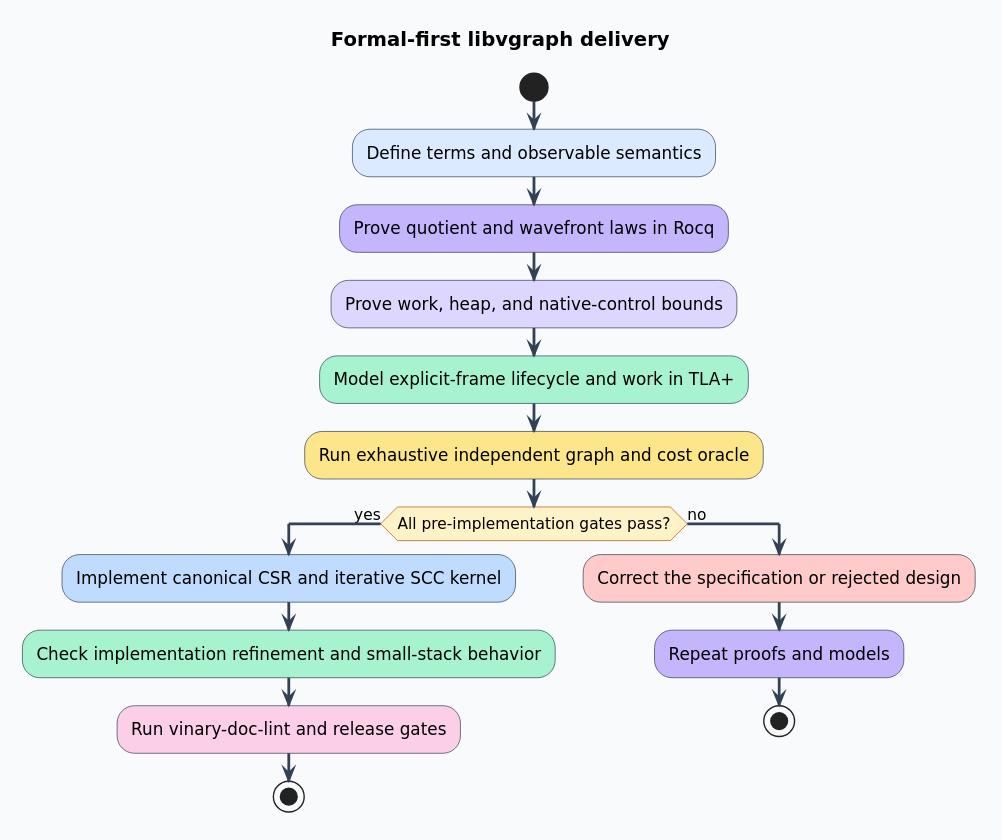
Above: docs/diagrams/formal-first-flow.svg in vinary-tree/libvgraph (PlantUML), before the change.
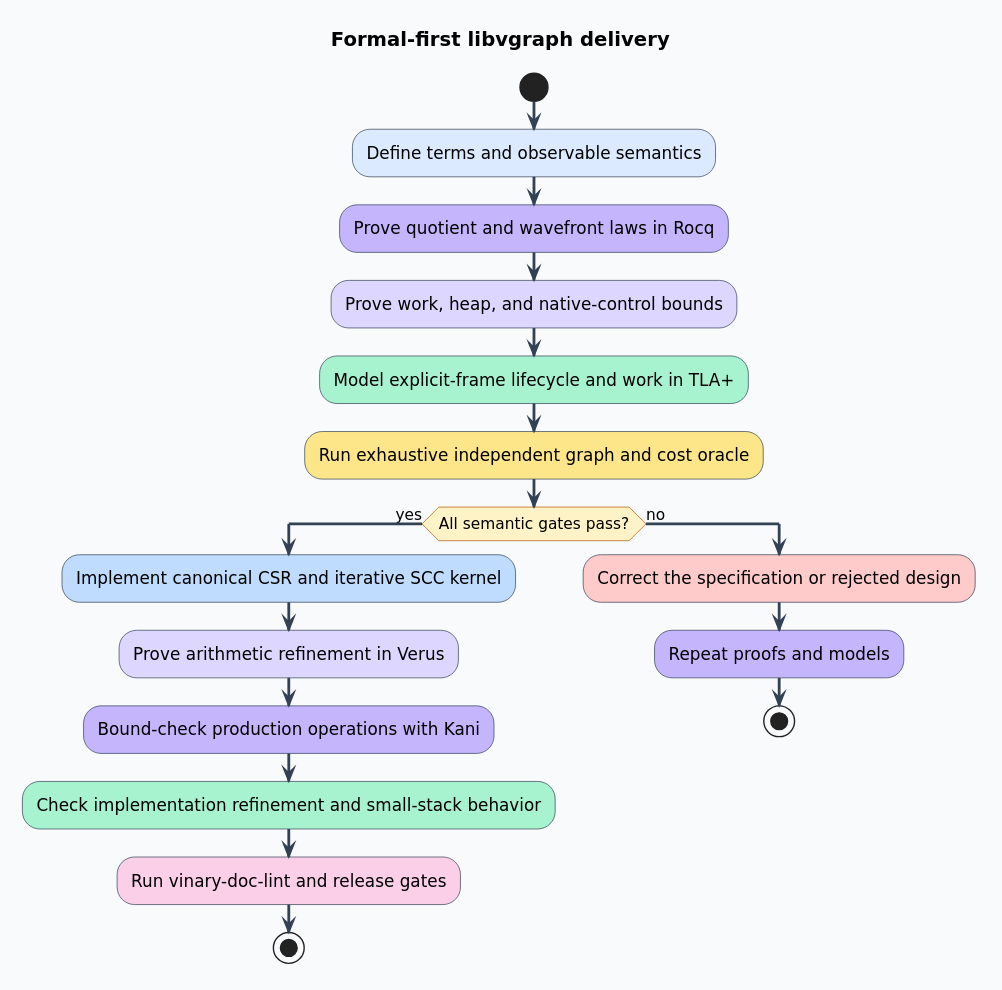
After the change.

The edit, as a diff of the source:
```diff
@@ -19,8 +19,10 @@
 :Prove work, heap, and native-control bounds; <<#DDD6FE>>
 :Model explicit-frame lifecycle and work in TLA+; <<#A7F3D0>>
 :Run exhaustive independent graph and cost oracle; <<#FDE68A>>
-if (All pre-implementation gates pass?) then (yes)
+if (All semantic gates pass?) then (yes)
   :Implement canonical CSR and iterative SCC kernel; <<#BFDBFE>>
+  :Prove arithmetic refinement in Verus; <<#DDD6FE>>
+  :Bound-check production operations with Kani; <<#C4B5FD>>
   :Check implementation refinement and small-stack behavior; <<#A7F3D0>>
   :Run vinary-doc-lint and release gates; <<#FBCFE8>>
   stop
```
